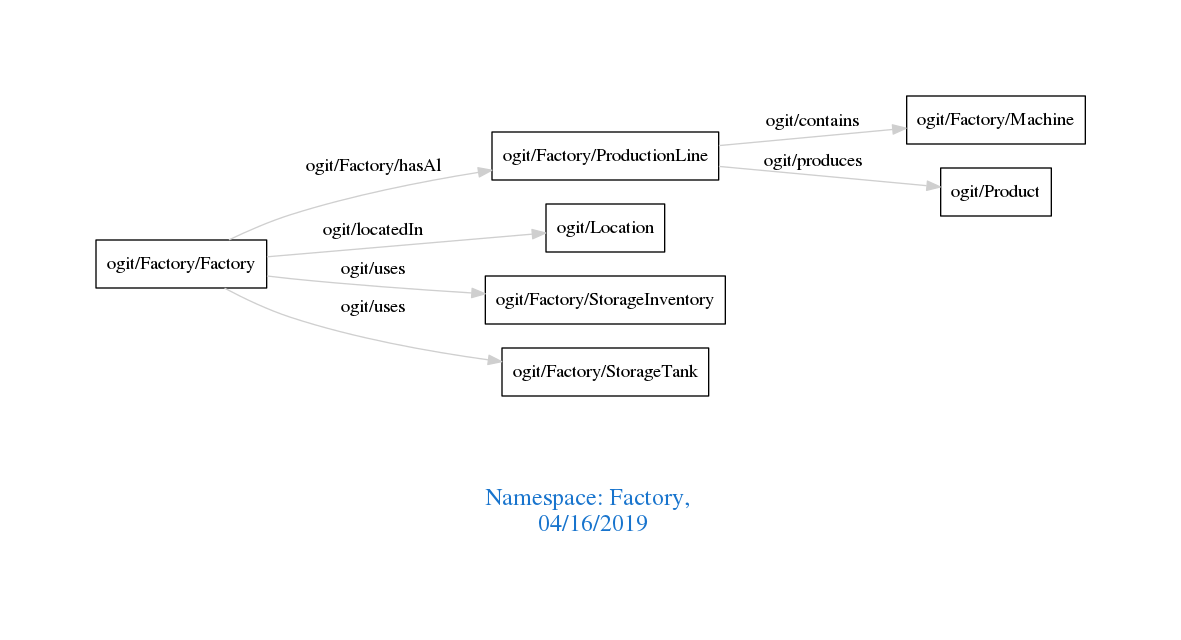
Earlier version of the Graphviz export downloads/Factory.png (arago/OGIT). Its source is kept beside it as downloads/Factory.dot.
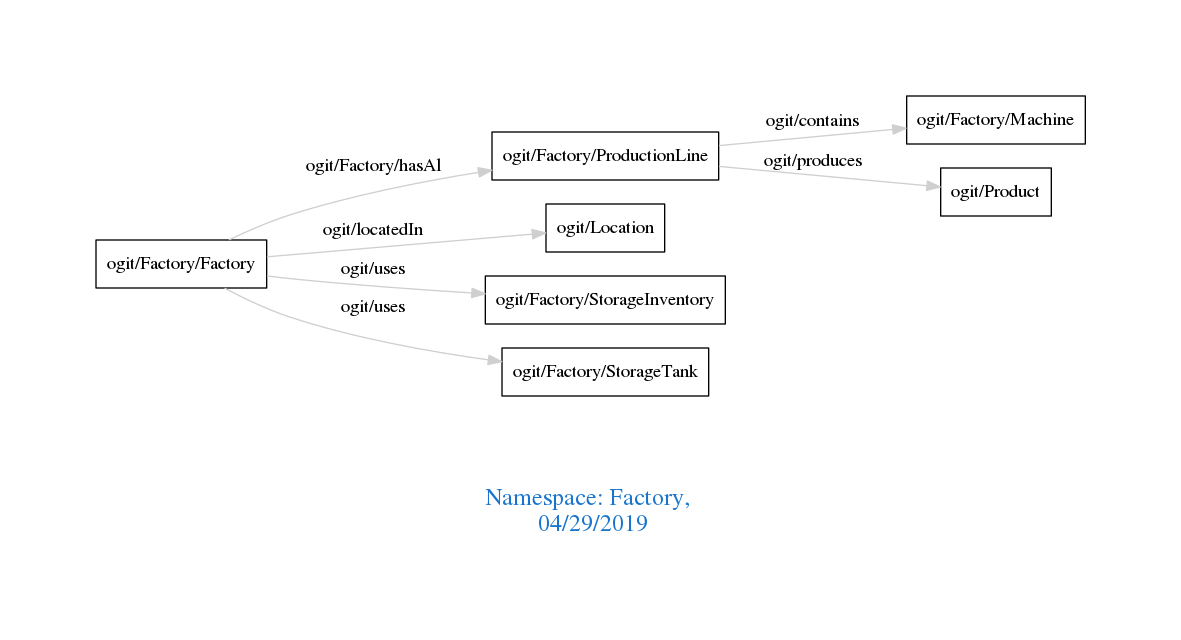
Later version of the same file.

Change to the diagram source:
```diff
@@ -1,7 +1,7 @@
 digraph OGIT_ontology {
  graph [ rankdir= LR,pad=1
 fontsize = 18,
-fontcolor= dodgerblue3,label = "\n\n\nNamespace: Factory, \n 04/16/2019"];
+fontcolor= dodgerblue3,label = "\n\n\nNamespace: Factory, \n 04/29/2019"];
 node[shape=polygon];
 edge [  color="gray81"];
 
```
